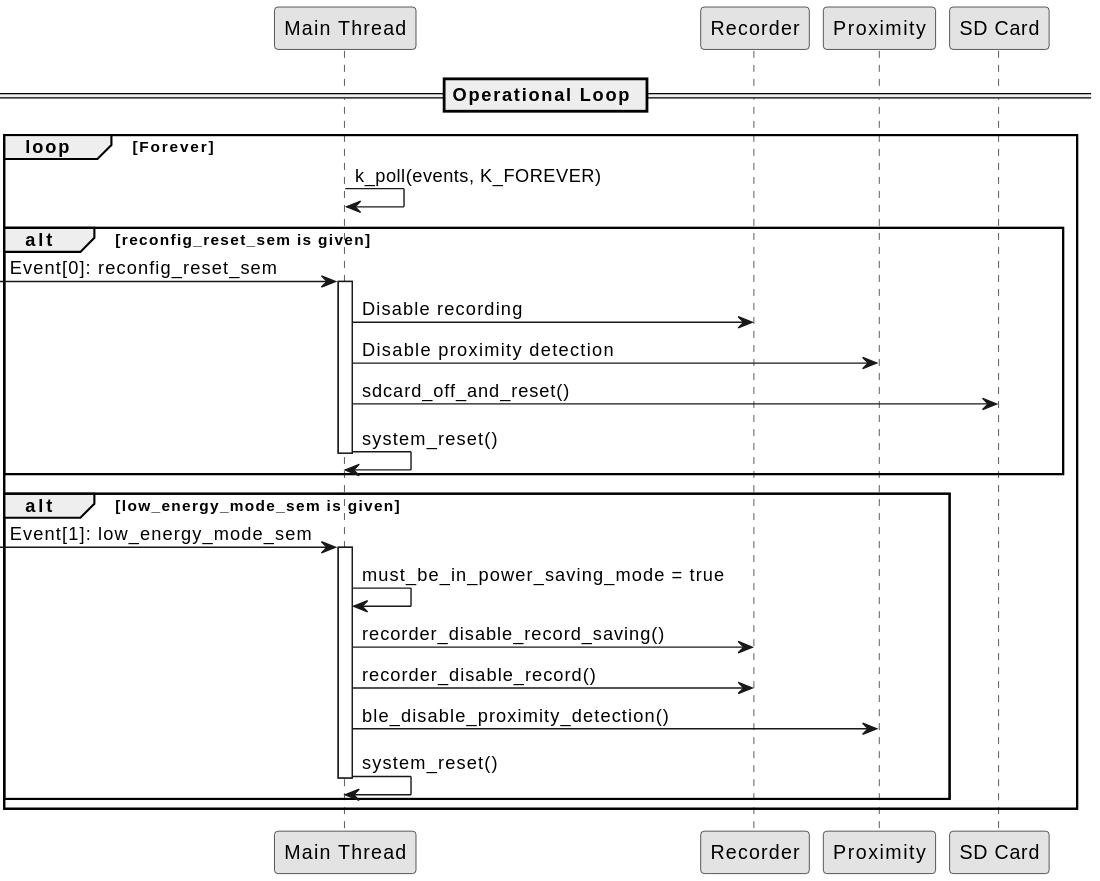
This is 03-Software/nrf-monkey-main/uml/out/uml/main/operational-main-sequence.svg from DrinkDark/Master_TM_DataCollar, a PlantUML export, as it was before one commit. The source it was exported from:
```plantuml
@startuml
skinparam Monochrome true

participant "Main Thread" as Main
participant "Recorder" as Rec
participant "Proximity" as Prox
participant "SD Card" as FS

== Operational Loop ==

loop Forever
    Main -> Main : k_poll(events, K_FOREVER)

    alt reconfig_reset_sem is given
         -> Main : Event[0]: reconfig_reset_sem
        activate Main
        Main -> Rec : Disable recording
        Main -> Prox : Disable proximity detection
        Main -> FS : sdcard_off_and_reset()
        Main -> Main : system_reset()
        deactivate Main
    end

    alt low_energy_mode_sem is given
         -> Main : Event[1]: low_energy_mode_sem
        activate Main
        Main -> Main : must_be_in_power_saving_mode = true
        Main -> Rec : recorder_disable_record_saving()
        Main -> Rec : recorder_disable_record()
        Main -> Prox : ble_disable_proximity_detection()
        Main -> Main : system_reset()
        deactivate Main
    end
end
@enduml
```
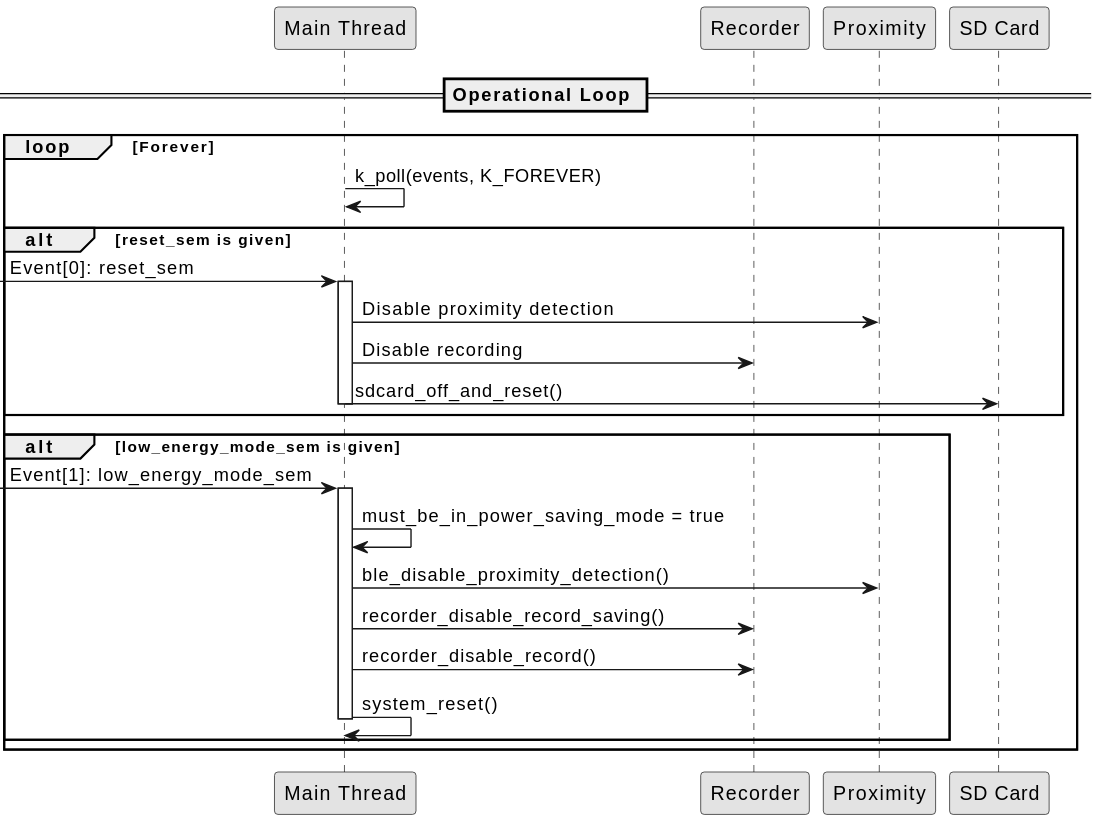
The same diagram one commit later.

Change to the diagram source:
```diff
@@ -11,13 +11,12 @@
 loop Forever
     Main -> Main : k_poll(events, K_FOREVER)
 
-    alt reconfig_reset_sem is given
-         -> Main : Event[0]: reconfig_reset_sem
+    alt reset_sem is given
+         -> Main : Event[0]: reset_sem
         activate Main
+        Main -> Prox : Disable proximity detection
         Main -> Rec : Disable recording
-        Main -> Prox : Disable proximity detection
         Main -> FS : sdcard_off_and_reset()
-        Main -> Main : system_reset()
         deactivate Main
     end
 
@@ -25,9 +24,9 @@
          -> Main : Event[1]: low_energy_mode_sem
         activate Main
         Main -> Main : must_be_in_power_saving_mode = true
+        Main -> Prox : ble_disable_proximity_detection()
         Main -> Rec : recorder_disable_record_saving()
         Main -> Rec : recorder_disable_record()
-        Main -> Prox : ble_disable_proximity_detection()
         Main -> Main : system_reset()
         deactivate Main
     end
```
